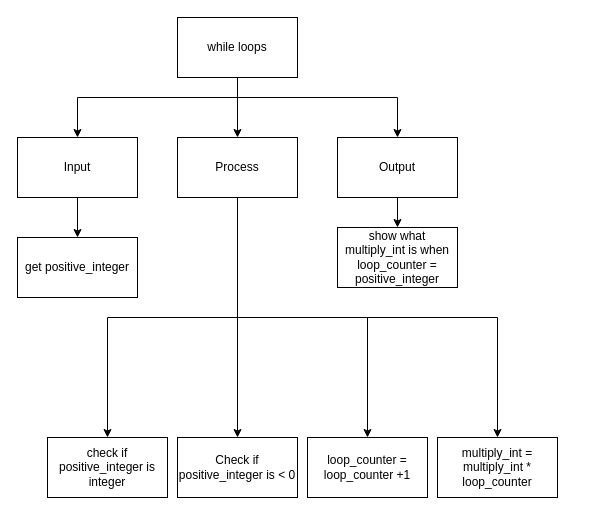
Earlier version of the draw.io diagram top_down.drawio (Kyanh-Pham/ICS3U-Unit4-03-Python). Source tidied: cells renumbered, new cells numbered last; positions are measured from the earlier drawing's top-left corner, leaving out a move shared by most shapes. Both pictures are drawn from the tidied source at 100%, with x=0, y=0 at pixel (17, 17).
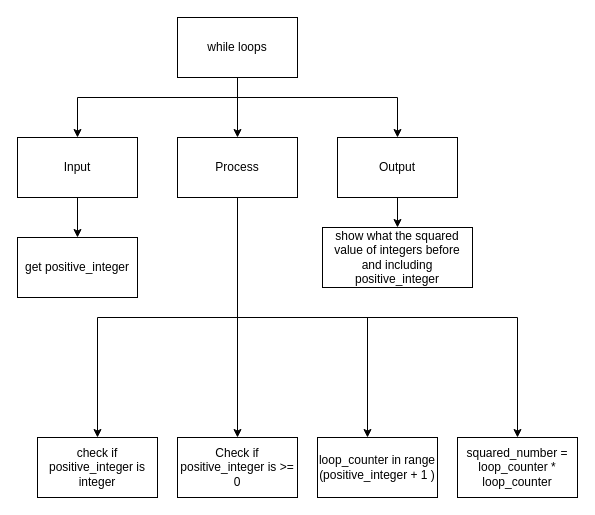
The same page after the edit.

The change refers to these unchanged cells:
```xml
<mxCell id="10" value="Process" style="rounded=0;whiteSpace=wrap;html=1;" parent="1" vertex="1">
  <mxGeometry x="160" y="120" width="120" height="60" as="geometry" />
</mxCell>
```

The edit, as a diff of the source:
```diff
@@
     <mxCell id="6" style="edgeStyle=orthogonalEdgeStyle;rounded=0;html=1;entryX=0.5;entryY=0;entryDx=0;entryDy=0;" parent="1" edge="1" source="10" target="16">
       <mxGeometry relative="1" as="geometry">
         <Array as="points">
           <mxPoint x="220" y="300" />
-          <mxPoint x="90" y="300" />
+          <mxPoint x="80" y="300" />
         </Array>
       </mxGeometry>
     </mxCell>
@@
-    <mxCell id="9" style="edgeStyle=orthogonalEdgeStyle;html=1;entryX=0.5;entryY=0;entryDx=0;entryDy=0;rounded=0;" parent="1" edge="1" source="10" target="20">
+    <mxCell id="9" style="edgeStyle=orthogonalEdgeStyle;html=1;entryX=0.5;entryY=0;entryDx=0;entryDy=0;rounded=0;" parent="1" edge="1" source="10" target="19">
       <mxGeometry relative="1" as="geometry">
         <Array as="points">
           <mxPoint x="220" y="300" />
-          <mxPoint x="480" y="300" />
+          <mxPoint x="500" y="300" />
         </Array>
       </mxGeometry>
     </mxCell>
@@
     <mxCell id="16" value="check if positive_integer is integer" style="rounded=0;whiteSpace=wrap;html=1;" parent="1" vertex="1">
-      <mxGeometry x="30" y="420" width="120" height="60" as="geometry" />
+      <mxGeometry x="20" y="420" width="120" height="60" as="geometry" />
     </mxCell>
-    <mxCell id="17" value="show what multiply_int is when loop_counter = positive_integer" style="rounded=0;whiteSpace=wrap;html=1;" parent="1" vertex="1">
-      <mxGeometry x="320" y="210" width="120" height="60" as="geometry" />
+    <mxCell id="17" value="show what the squared value of integers before and including positive_integer" style="rounded=0;whiteSpace=wrap;html=1;" parent="1" vertex="1">
+      <mxGeometry x="305" y="210" width="150" height="60" as="geometry" />
     </mxCell>
-    <mxCell id="18" value="Check if positive_integer is &amp;lt; 0" style="rounded=0;whiteSpace=wrap;html=1;" parent="1" vertex="1">
+    <mxCell id="18" value="Check if positive_integer is &amp;gt;= 0" style="rounded=0;whiteSpace=wrap;html=1;" parent="1" vertex="1">
       <mxGeometry x="160" y="420" width="120" height="60" as="geometry" />
     </mxCell>
-    <mxCell id="19" value="loop_counter = loop_counter +1" style="rounded=0;whiteSpace=wrap;html=1;" parent="1" vertex="1">
-      <mxGeometry x="290" y="420" width="120" height="60" as="geometry" />
+    <mxCell id="19" value="squared_number = loop_counter * loop_counter" style="rounded=0;whiteSpace=wrap;html=1;" parent="1" vertex="1">
+      <mxGeometry x="440" y="420" width="120" height="60" as="geometry" />
     </mxCell>
-    <mxCell id="20" value="multiply_int = multiply_int * loop_counter" style="rounded=0;whiteSpace=wrap;html=1;" parent="1" vertex="1">
-      <mxGeometry x="420" y="420" width="120" height="60" as="geometry" />
+    <mxCell id="20" value="loop_counter in range (positive_integer + 1 )" style="rounded=0;whiteSpace=wrap;html=1;" parent="1" vertex="1">
+      <mxGeometry x="300" y="420" width="120" height="60" as="geometry" />
     </mxCell>
```
